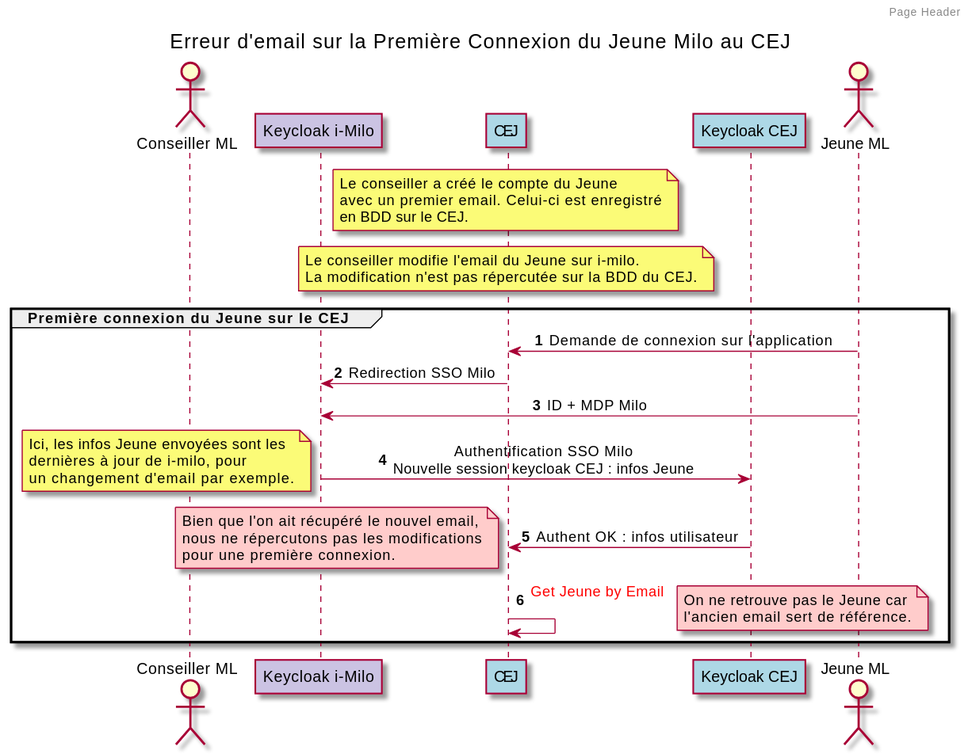
Above: docs/diagrammes/authentification-erreur-email-invalide.svg in SocialGouv/pass-emploi-api (PlantUML), before the change.
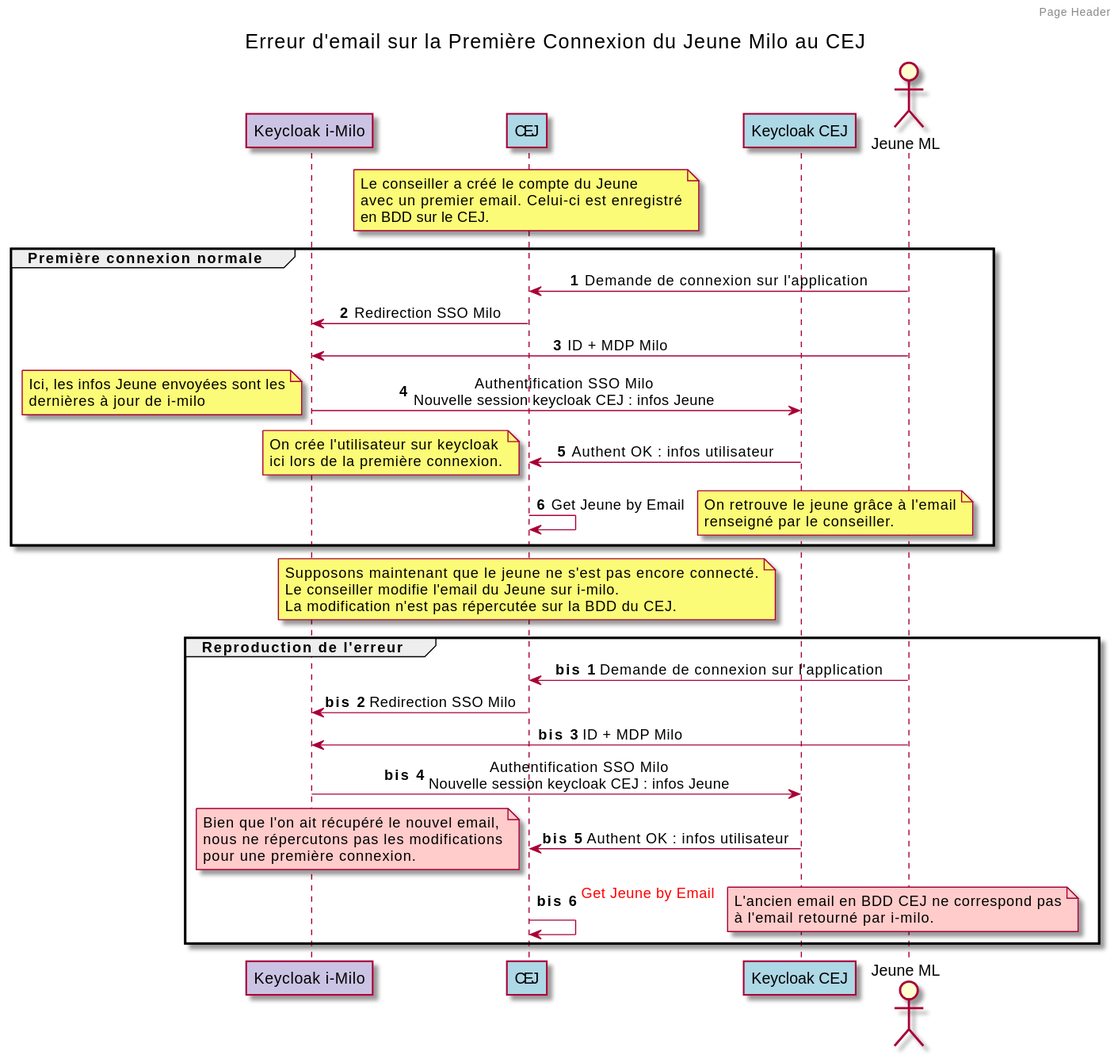
The same file after the commit.

Commit message:
docs: révision de l'adr authent + readme tasks cron

Change to the diagram source:
```diff
@@ -2,7 +2,6 @@
 
 skinparam backgroundColor white
 
-actor "Conseiller ML" as conseiller
 participant "Keycloak i-Milo" as kckMilo 	#CBC3E3
 participant "CEJ" as cej #ADD8E6
 participant "Keycloak CEJ" as kckCej #ADD8E6
@@ -15,19 +14,34 @@
 autonumber
 
 note over cej  : Le conseiller a créé le compte du Jeune\navec un premier email. Celui-ci est enregistré\nen BDD sur le CEJ.
-note over cej : Le conseiller modifie l'email du Jeune sur i-milo.\nLa modification n'est pas répercutée sur la BDD du CEJ.
 
-group Première connexion du Jeune sur le CEJ
+group Première connexion normale
 skinparam sequenceMessageAlign center
 jeune -> cej : Demande de connexion sur l'application
 cej -> kckMilo : Redirection SSO Milo
 jeune -> kckMilo : ID + MDP Milo
 kckMilo -> kckCej : Authentification SSO Milo\nNouvelle session keycloak CEJ : infos Jeune
-note left : Ici, les infos Jeune envoyées sont les\ndernières à jour de i-milo, pour\nun changement d'email par exemple.
+note left : Ici, les infos Jeune envoyées sont les\ndernières à jour de i-milo
+kckCej -> cej : Authent OK : infos utilisateur
+note left : On crée l'utilisateur sur keycloak\nici lors de la première connexion.
+cej -> cej : Get Jeune by Email
+note right : On retrouve le jeune grâce à l'email\nrenseigné par le conseiller.
+end
+
+autonumber stop
+note over cej : Supposons maintenant que le jeune ne s'est pas encore connecté.\nLe conseiller modifie l'email du Jeune sur i-milo.\nLa modification n'est pas répercutée sur la BDD du CEJ.
+
+autonumber "<b>bis "
+group Reproduction de l'erreur
+skinparam sequenceMessageAlign center
+jeune -> cej : Demande de connexion sur l'application
+cej -> kckMilo : Redirection SSO Milo
+jeune -> kckMilo : ID + MDP Milo
+kckMilo -> kckCej : Authentification SSO Milo\nNouvelle session keycloak CEJ : infos Jeune
 kckCej -> cej : Authent OK : infos utilisateur
 note left #ffcccb : Bien que l'on ait récupéré le nouvel email,\nnous ne répercutons pas les modifications\npour une première connexion.
 cej -> cej : <color:red>Get Jeune by Email\n
-note right #ffcccb : On ne retrouve pas le Jeune car\nl'ancien email sert de référence.
+note right #ffcccb : L'ancien email  en BDD CEJ ne correspond pas\nà l'email retourné par i-milo.
 
 end
 @enduml
```
